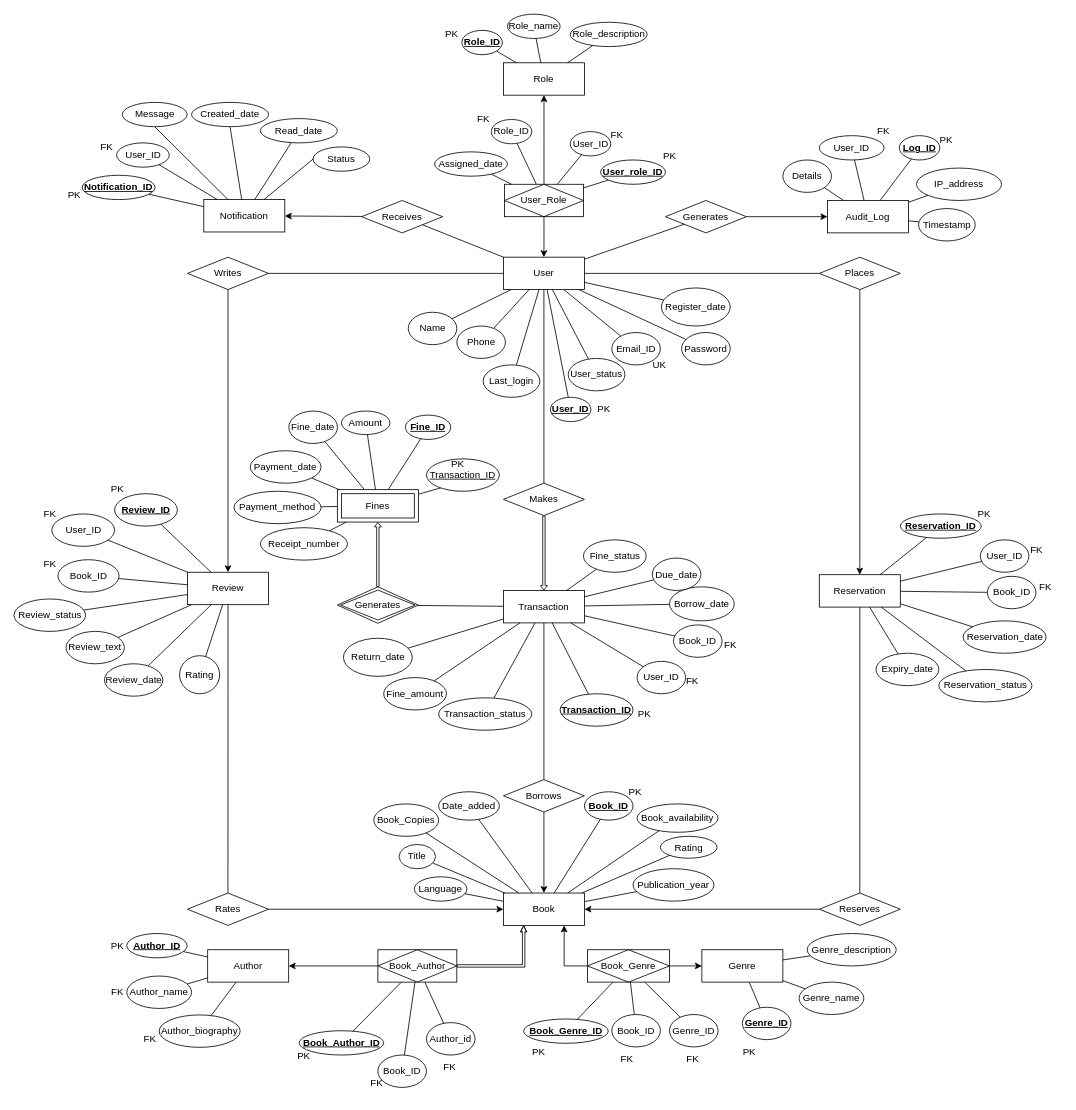
The draw.io diagram page "Azhar V2" (2 of 2) of ERD/OmniLibrary ER Diagram.drawio in azhar-ntu/in6205-database-sql, before the edit. Source tidied: cells renumbered, new cells numbered last; positions are measured from the earlier drawing's top-left corner, leaving out a move shared by most shapes. Both pictures are drawn from the tidied source at 81%, with x=0, y=0 at pixel (14, 14).
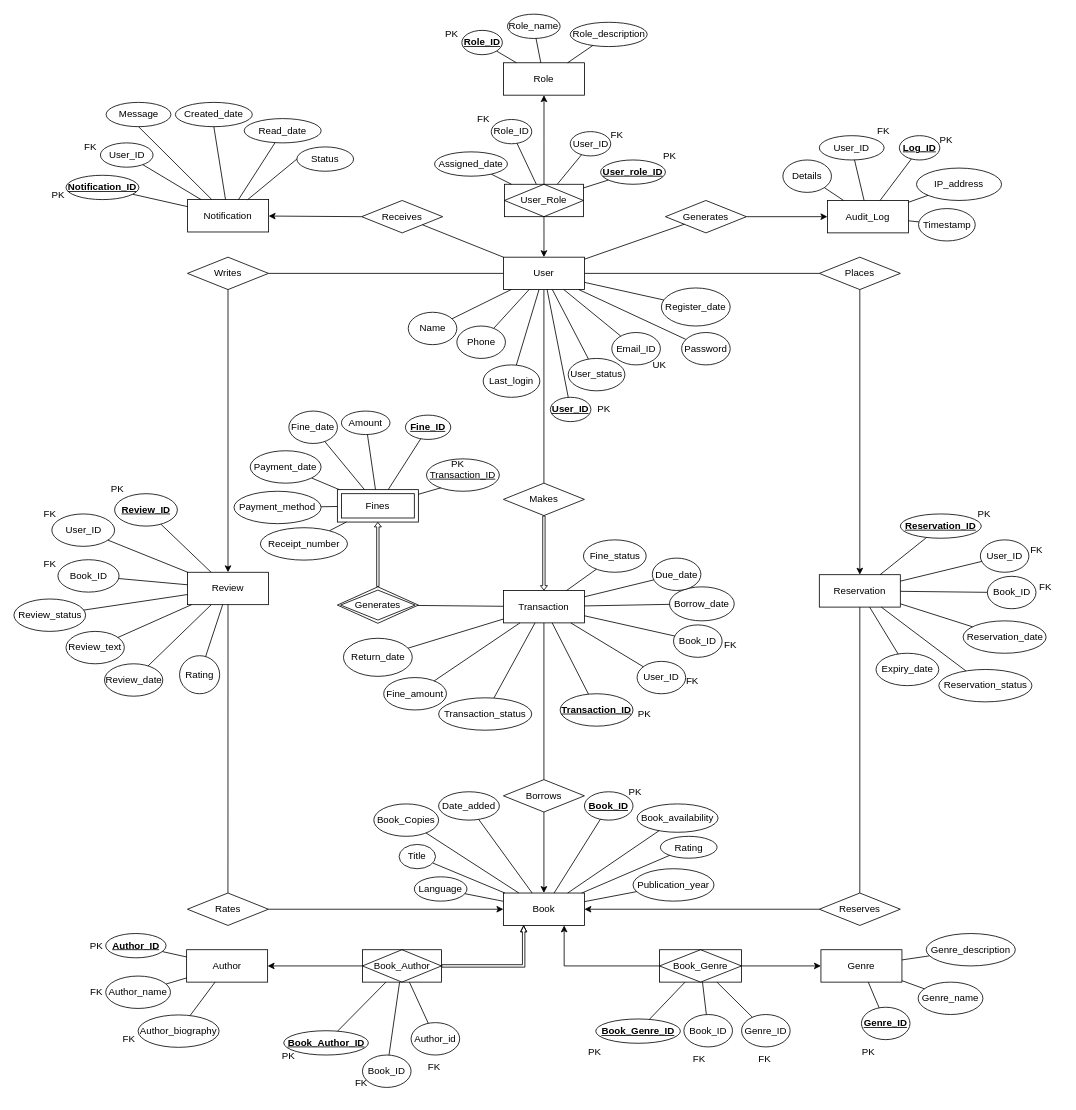
After the change.

Commit message (it also covers changes not shown here):
Formatting erd

Unchanged cells that the change refers to:
```xml
<mxCell id="32" value="Receives" style="shape=rhombus;perimeter=rhombusPerimeter;whiteSpace=wrap;html=1;align=center;" parent="1" vertex="1">
  <mxGeometry x="429" y="230" width="100" height="40" as="geometry" />
</mxCell>
```

Diff of the diagram source:
```diff
@@
     <mxCell id="5" value="Book_Genre" style="whiteSpace=wrap;html=1;align=center;shape=associativeEntity;" parent="1" vertex="1">
-      <mxGeometry x="707.8" y="1155" width="101.2" height="40" as="geometry" />
+      <mxGeometry x="796.8" y="1155" width="101.2" height="40" as="geometry" />
     </mxCell>
     <mxCell id="6" value="Genre" style="whiteSpace=wrap;html=1;align=center;" parent="1" vertex="1">
-      <mxGeometry x="849" y="1155" width="100" height="40" as="geometry" />
+      <mxGeometry x="996" y="1155" width="100" height="40" as="geometry" />
     </mxCell>
     <mxCell id="7" value="Author" style="whiteSpace=wrap;html=1;align=center;" parent="1" vertex="1">
-      <mxGeometry x="238.9" y="1155" width="100" height="40" as="geometry" />
+      <mxGeometry x="212.9" y="1155" width="100" height="40" as="geometry" />
     </mxCell>
@@
     <mxCell id="10" value="Book_Author" style="shape=associativeEntity;whiteSpace=wrap;html=1;align=center;" parent="1" vertex="1">
-      <mxGeometry x="449" y="1155" width="97.5" height="40" as="geometry" />
+      <mxGeometry x="430" y="1155" width="97.5" height="40" as="geometry" />
     </mxCell>
@@
     <mxCell id="23" value="Notification" style="whiteSpace=wrap;html=1;align=center;" parent="1" vertex="1">
-      <mxGeometry x="234.1" y="228.9" width="100" height="40" as="geometry" />
+      <mxGeometry x="214.1" y="228.9" width="100" height="40" as="geometry" />
     </mxCell>
@@
-    <mxCell id="34" style="rounded=0;jettySize=auto;html=1;" parent="1" edge="1" source="32" target="23">
+    <mxCell id="34" style="rounded=0;jettySize=auto;html=1;exitX=0;exitY=0.5;exitDx=0;exitDy=0;" parent="1" edge="1" source="32" target="23">
       <mxGeometry relative="1" as="geometry" />
     </mxCell>
@@
     <mxCell id="49" value="&lt;u&gt;Genre_ID&lt;/u&gt;" style="ellipse;whiteSpace=wrap;html=1;fontStyle=1;" parent="1" vertex="1">
-      <mxGeometry x="899" y="1226" width="60" height="40" as="geometry" />
+      <mxGeometry x="1046" y="1226" width="60" height="40" as="geometry" />
     </mxCell>
     <mxCell id="50" value="PK&amp;nbsp;" style="text;html=1;align=center;verticalAlign=middle;strokeColor=none;fillColor=none;" parent="1" vertex="1">
-      <mxGeometry x="889" y="1266" width="40" height="30" as="geometry" />
+      <mxGeometry x="1036" y="1266" width="40" height="30" as="geometry" />
     </mxCell>
     <mxCell id="51" value="Genre_name" style="ellipse;whiteSpace=wrap;html=1;" parent="1" vertex="1">
-      <mxGeometry x="969" y="1195" width="80" height="40" as="geometry" />
+      <mxGeometry x="1116" y="1195" width="80" height="40" as="geometry" />
     </mxCell>
     <mxCell id="52" value="Genre_description" style="ellipse;whiteSpace=wrap;html=1;" parent="1" vertex="1">
-      <mxGeometry x="979" y="1135" width="110" height="40" as="geometry" />
+      <mxGeometry x="1126" y="1135" width="110" height="40" as="geometry" />
     </mxCell>
@@
     <mxCell id="57" value="&lt;u&gt;Book_Genre_ID&lt;/u&gt;" style="ellipse;whiteSpace=wrap;html=1;fontStyle=1;" parent="1" vertex="1">
-      <mxGeometry x="629" y="1240.5" width="104.5" height="30" as="geometry" />
+      <mxGeometry x="718" y="1240.5" width="104.5" height="30" as="geometry" />
     </mxCell>
@@
     <mxCell id="59" value="Book_ID" style="ellipse;whiteSpace=wrap;html=1;" parent="1" vertex="1">
-      <mxGeometry x="737.8" y="1235" width="60" height="40" as="geometry" />
+      <mxGeometry x="826.8" y="1235" width="60" height="40" as="geometry" />
     </mxCell>
     <mxCell id="60" value="Genre_ID" style="ellipse;whiteSpace=wrap;html=1;" parent="1" vertex="1">
-      <mxGeometry x="809" y="1235" width="60" height="40" as="geometry" />
+      <mxGeometry x="898" y="1235" width="60" height="40" as="geometry" />
     </mxCell>
     <mxCell id="61" value="PK&amp;nbsp;" style="text;html=1;align=center;verticalAlign=middle;strokeColor=none;fillColor=none;" parent="1" vertex="1">
-      <mxGeometry x="629" y="1266" width="40" height="30" as="geometry" />
+      <mxGeometry x="698" y="1266" width="40" height="30" as="geometry" />
     </mxCell>
     <mxCell id="62" value="FK&amp;nbsp;" style="text;html=1;align=center;verticalAlign=middle;strokeColor=none;fillColor=none;" parent="1" vertex="1">
-      <mxGeometry x="737.8" y="1275" width="40" height="30" as="geometry" />
+      <mxGeometry x="826.8" y="1275" width="40" height="30" as="geometry" />
     </mxCell>
     <mxCell id="63" value="FK&amp;nbsp;" style="text;html=1;align=center;verticalAlign=middle;strokeColor=none;fillColor=none;" parent="1" vertex="1">
-      <mxGeometry x="819" y="1275" width="40" height="30" as="geometry" />
+      <mxGeometry x="908" y="1275" width="40" height="30" as="geometry" />
     </mxCell>
@@
     <mxCell id="65" value="&lt;u&gt;Book_Author_ID&lt;/u&gt;" style="ellipse;whiteSpace=wrap;html=1;fontStyle=1;" parent="1" vertex="1">
-      <mxGeometry x="351.8" y="1255" width="104.5" height="30" as="geometry" />
+      <mxGeometry x="332.8" y="1255" width="104.5" height="30" as="geometry" />
     </mxCell>
     <mxCell id="66" value="PK&amp;nbsp;" style="text;html=1;align=center;verticalAlign=middle;strokeColor=none;fillColor=none;" parent="1" vertex="1">
-      <mxGeometry x="338.9" y="1270.5" width="40" height="30" as="geometry" />
+      <mxGeometry x="319.9" y="1270.5" width="40" height="30" as="geometry" />
     </mxCell>
@@
     <mxCell id="69" value="Book_ID" style="ellipse;whiteSpace=wrap;html=1;" parent="1" vertex="1">
-      <mxGeometry x="449" y="1285" width="60" height="40" as="geometry" />
+      <mxGeometry x="430" y="1285" width="60" height="40" as="geometry" />
     </mxCell>
     <mxCell id="70" value="FK&amp;nbsp;" style="text;html=1;align=center;verticalAlign=middle;strokeColor=none;fillColor=none;" parent="1" vertex="1">
-      <mxGeometry x="429" y="1305" width="40" height="30" as="geometry" />
+      <mxGeometry x="410" y="1305" width="40" height="30" as="geometry" />
     </mxCell>
@@
     <mxCell id="72" value="Author_id" style="ellipse;whiteSpace=wrap;html=1;" parent="1" vertex="1">
-      <mxGeometry x="509" y="1245" width="60" height="40" as="geometry" />
+      <mxGeometry x="490" y="1245" width="60" height="40" as="geometry" />
     </mxCell>
     <mxCell id="73" value="FK&amp;nbsp;" style="text;html=1;align=center;verticalAlign=middle;strokeColor=none;fillColor=none;" parent="1" vertex="1">
-      <mxGeometry x="519" y="1285" width="40" height="30" as="geometry" />
+      <mxGeometry x="500" y="1285" width="40" height="30" as="geometry" />
     </mxCell>
     <mxCell id="74" value="&lt;u&gt;Author_ID&lt;/u&gt;" style="ellipse;whiteSpace=wrap;html=1;fontStyle=1;" parent="1" vertex="1">
-      <mxGeometry x="139" y="1135" width="74.5" height="30" as="geometry" />
+      <mxGeometry x="113" y="1135" width="74.5" height="30" as="geometry" />
     </mxCell>
     <mxCell id="75" value="PK&amp;nbsp;" style="text;html=1;align=center;verticalAlign=middle;strokeColor=none;fillColor=none;" parent="1" vertex="1">
-      <mxGeometry x="109" y="1135" width="40" height="30" as="geometry" />
+      <mxGeometry x="83" y="1135" width="40" height="30" as="geometry" />
     </mxCell>
@@
     <mxCell id="78" value="Author_name" style="ellipse;whiteSpace=wrap;html=1;" parent="1" vertex="1">
-      <mxGeometry x="139" y="1187.5" width="80" height="40" as="geometry" />
+      <mxGeometry x="113" y="1187.5" width="80" height="40" as="geometry" />
     </mxCell>
     <mxCell id="79" value="FK&amp;nbsp;" style="text;html=1;align=center;verticalAlign=middle;strokeColor=none;fillColor=none;" parent="1" vertex="1">
-      <mxGeometry x="109" y="1192.5" width="40" height="30" as="geometry" />
+      <mxGeometry x="83" y="1192.5" width="40" height="30" as="geometry" />
     </mxCell>
@@
     <mxCell id="81" value="Author_biography" style="ellipse;whiteSpace=wrap;html=1;" parent="1" vertex="1">
-      <mxGeometry x="179" y="1235.5" width="100" height="40" as="geometry" />
+      <mxGeometry x="153" y="1235.5" width="100" height="40" as="geometry" />
     </mxCell>
     <mxCell id="82" value="FK&amp;nbsp;" style="text;html=1;align=center;verticalAlign=middle;strokeColor=none;fillColor=none;" parent="1" vertex="1">
-      <mxGeometry x="149" y="1250" width="40" height="30" as="geometry" />
+      <mxGeometry x="123" y="1250" width="40" height="30" as="geometry" />
     </mxCell>
@@
     <mxCell id="173" value="&lt;u&gt;Notification_ID&lt;/u&gt;" style="ellipse;whiteSpace=wrap;html=1;fontStyle=1;" parent="1" vertex="1">
-      <mxGeometry x="84" y="198.9" width="90" height="30" as="geometry" />
+      <mxGeometry x="64" y="198.9" width="90" height="30" as="geometry" />
     </mxCell>
     <mxCell id="174" value="PK" style="text;html=1;align=center;verticalAlign=middle;strokeColor=none;fillColor=none;" parent="1" vertex="1">
-      <mxGeometry x="54" y="208.9" width="40" height="30" as="geometry" />
+      <mxGeometry x="34" y="208.9" width="40" height="30" as="geometry" />
     </mxCell>
     <mxCell id="175" value="User_ID" style="ellipse;whiteSpace=wrap;html=1;" parent="1" vertex="1">
-      <mxGeometry x="126.5" y="158.9" width="65" height="30" as="geometry" />
+      <mxGeometry x="106.5" y="158.9" width="65" height="30" as="geometry" />
     </mxCell>
@@
     <mxCell id="177" value="Message" style="ellipse;whiteSpace=wrap;html=1;" parent="1" vertex="1">
-      <mxGeometry x="133.5" y="108.9" width="80" height="30" as="geometry" />
+      <mxGeometry x="113.5" y="108.9" width="80" height="30" as="geometry" />
     </mxCell>
@@
     <mxCell id="179" value="FK" style="text;html=1;align=center;verticalAlign=middle;strokeColor=none;fillColor=none;" parent="1" vertex="1">
-      <mxGeometry x="94" y="148.9" width="40" height="30" as="geometry" />
+      <mxGeometry x="74" y="148.9" width="40" height="30" as="geometry" />
     </mxCell>
     <mxCell id="180" value="Created_date" style="ellipse;whiteSpace=wrap;html=1;" parent="1" vertex="1">
-      <mxGeometry x="219" y="108.9" width="95" height="30" as="geometry" />
+      <mxGeometry x="199" y="108.9" width="95" height="30" as="geometry" />
     </mxCell>
@@
     <mxCell id="182" value="Read_date" style="ellipse;whiteSpace=wrap;html=1;" parent="1" vertex="1">
-      <mxGeometry x="304" y="128.9" width="95" height="30" as="geometry" />
+      <mxGeometry x="284" y="128.9" width="95" height="30" as="geometry" />
     </mxCell>
@@
     <mxCell id="184" value="Status" style="ellipse;whiteSpace=wrap;html=1;" parent="1" vertex="1">
-      <mxGeometry x="369" y="163.9" width="70" height="30" as="geometry" />
+      <mxGeometry x="349" y="163.9" width="70" height="30" as="geometry" />
     </mxCell>
```
